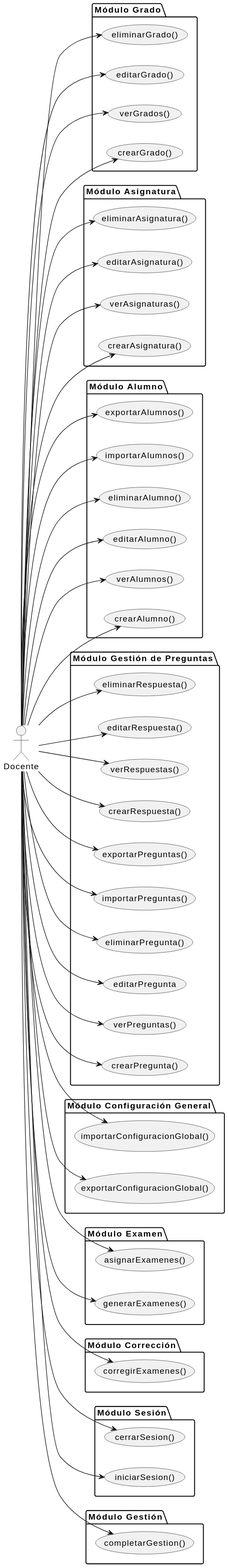
Above: documents/casos-de-uso/encontrarActoresYCasosDeUso/actoresYCasosDeUso-docente.svg in martinlopez7/25-26-IdSw1-SdR (PlantUML), before the change.
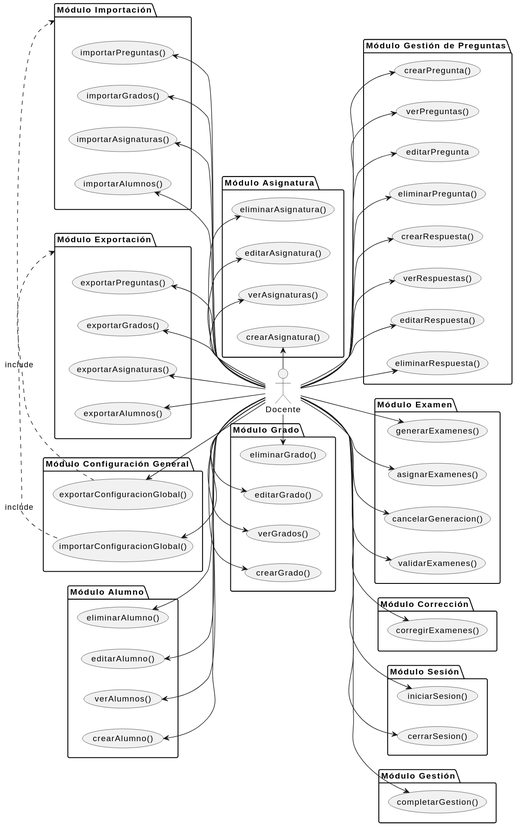
The same file after the commit.

Change to the diagram source:
```diff
@@ -8,6 +8,8 @@
   usecase "verGrados()" as UC2
   usecase "editarGrado()" as UC3
   usecase "eliminarGrado()" as UC4
+
+
 }
 
 package "Módulo Asignatura" {
@@ -15,6 +17,8 @@
   usecase "verAsignaturas()" as UC6
   usecase "editarAsignatura()" as UC7
   usecase "eliminarAsignatura()" as UC8
+
+
 }
 
 package "Módulo Alumno" {
@@ -22,19 +26,17 @@
   usecase "verAlumnos()" as UC10
   usecase "editarAlumno()" as UC11
   usecase "eliminarAlumno()" as UC12
-   usecase "importarAlumnos()" as UC19
-   usecase "exportarAlumnos()" as UC17
-}
 
 
+}
 
 package "Módulo Gestión de Preguntas" {
   usecase "crearPregunta()" as UC20
   usecase "verPreguntas()" as UC21
   usecase "editarPregunta" as UC22
   usecase "eliminarPregunta()" as UC23
-  usecase "importarPreguntas()" as UC24
-  usecase "exportarPreguntas()" as UC25
+
+
  usecase "crearRespuesta()" as UC32
   usecase "verRespuestas()" as UC33
   usecase "editarRespuesta()" as UC34
@@ -49,7 +51,8 @@
 package "Módulo Examen" {
   usecase "generarExamenes()" as UC28
   usecase "asignarExamenes()" as UC29
-
+  usecase "cancelarGeneracion()" as UC40
+  usecase "validarExamenes()" as UC41
 }
 
 package "Módulo Corrección" {
@@ -57,45 +60,66 @@
 }
 
 package "Módulo Sesión" {
-  usecase "iniciarSesion()" as UC41
-  usecase "cerrarSesion()" as UC42
+  usecase "iniciarSesion()" as UC42
+  usecase "cerrarSesion()" as UC43
 }
 
 package "Módulo Gestión" {
   usecase "completarGestion()" as UC13
 
 }
+package "Módulo Importación" as MI45{
+  usecase "importarAsignaturas()" as UC38
+  usecase "importarPreguntas()" as UC24
+  usecase "importarAlumnos()" as UC19
+  usecase "importarGrados()" as UC36
+}
+package "Módulo Exportación" as ME44{
+usecase "exportarPreguntas()" as UC25
+usecase "exportarAlumnos()" as UC17
+usecase "exportarAsignaturas()" as UC39
+usecase "exportarGrados()" as UC37
+}
 
-doc --> UC1
-doc --> UC2
-doc --> UC3
-doc --> UC4
-doc --> UC5
-doc --> UC6
-doc --> UC7
-doc --> UC8
-doc --> UC9
-doc --> UC10
-doc --> UC11
-doc --> UC12
+
+doc -l-> UC1
+doc -l-> UC2
+doc -l-> UC3
+doc -l-> UC4
+doc -l-> UC5
+doc -l-> UC6
+doc -l-> UC7
+doc -l-> UC8
+doc -u-> UC9
+doc -u-> UC10
+doc -u-> UC11
+doc -u-> UC12
 doc --> UC13
-doc --> UC17
-doc --> UC19
-doc --> UC20
-doc --> UC21
-doc --> UC22
-doc --> UC23
-doc --> UC24
-doc --> UC25
-doc --> UC26
-doc --> UC27
+doc -u-> UC17
+doc -u-> UC19
+doc -d-> UC20
+doc -d-> UC21
+doc -d-> UC22
+doc -d-> UC23
+doc -d-> UC24
+doc -d-> UC25
+doc -u-> UC26
+doc -u-> UC27
 doc --> UC28
 doc --> UC29
 doc --> UC31
-doc --> UC32
-doc --> UC33
-doc --> UC34
-doc --> UC35
+doc -d-> UC32
+doc -d-> UC33
+doc -d-> UC34
+doc -d-> UC35
+doc -l-> UC36
+doc -l-> UC37
+doc -l-> UC38
+doc -l-> UC39
+doc --> UC40
 doc --> UC41
 doc --> UC42
+doc --> UC43
+ME44<.r.UC26 :include
+MI45<.r.UC27 :include
 @enduml
```
